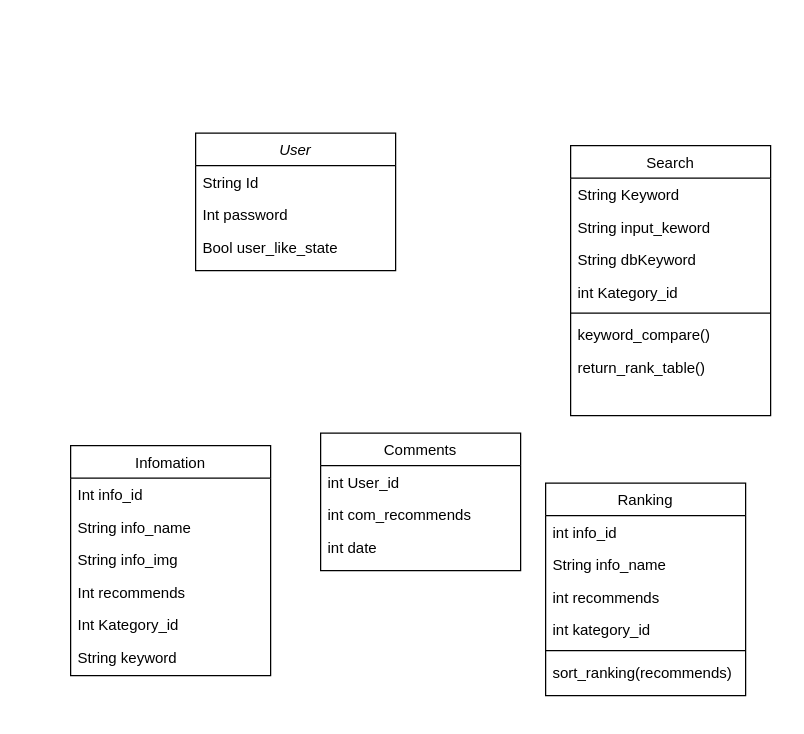
Earlier version of the draw.io diagram 클래스다이어그램/morang_search_class_diagram.drawio (What-The-Pork/meeting-log). Source tidied: cells renumbered, new cells numbered last; positions are measured from the earlier drawing's top-left corner, leaving out a move shared by most shapes. Both pictures are drawn from the tidied source at 125%, with x=0, y=0 at pixel (70, 132).
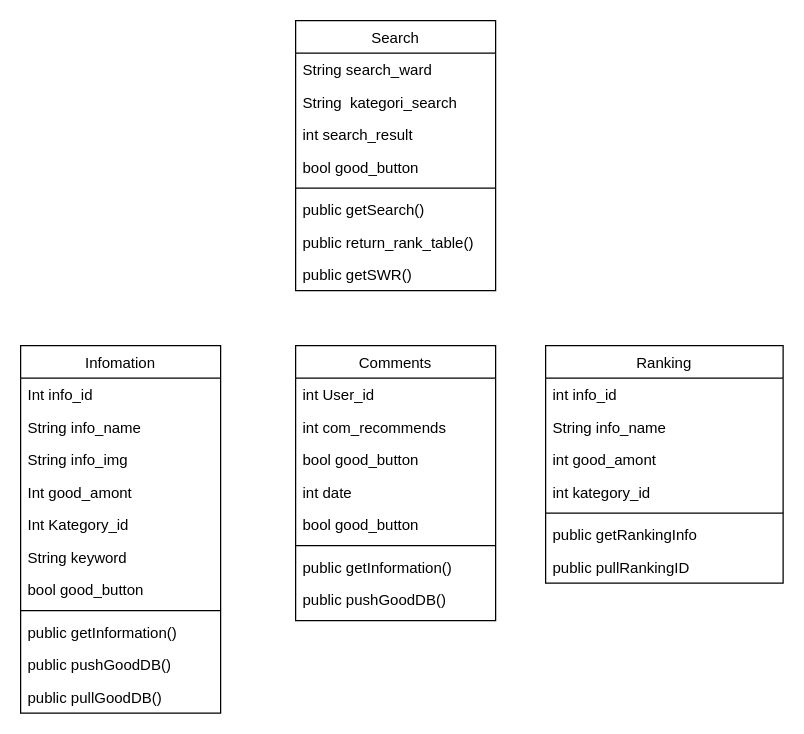
The same page after the edit.

The edit, as a diff of the source:
```diff
@@
-    <mxCell id="2" value="User" style="swimlane;fontStyle=2;align=center;verticalAlign=top;horizontal=1;startSize=26;rounded=0;shadow=0;strokeWidth=1;" parent="1" vertex="1">
-      <mxGeometry x="100" width="160" height="110" as="geometry" />
-    </mxCell>
-    <mxCell id="3" value="String Id" style="text;align=left;verticalAlign=top;spacingLeft=4;spacingRight=4;overflow=hidden;" parent="2" vertex="1">
-      <mxGeometry y="26" width="160" height="26" as="geometry" />
-    </mxCell>
-    <mxCell id="4" value="Int password" style="text;align=left;verticalAlign=top;spacingLeft=4;spacingRight=4;overflow=hidden;rounded=0;shadow=0;html=0;" parent="2" vertex="1">
-      <mxGeometry y="52" width="160" height="26" as="geometry" />
-    </mxCell>
-    <mxCell id="5" value="Bool user_like_state" style="text;align=left;verticalAlign=top;spacingLeft=4;spacingRight=4;overflow=hidden;rounded=0;shadow=0;html=0;" parent="2" vertex="1">
-      <mxGeometry y="78" width="160" height="26" as="geometry" />
-    </mxCell>
+    <mxCell id="17" value="Search" style="swimlane;fontStyle=0;align=center;verticalAlign=top;horizontal=1;startSize=26;rounded=0;shadow=0;strokeWidth=1;" parent="1" vertex="1">
+      <mxGeometry x="180" y="-90" width="160" height="216" as="geometry" />
+    </mxCell>
+    <mxCell id="32" value="String search_ward" style="text;align=left;verticalAlign=top;spacingLeft=4;spacingRight=4;overflow=hidden;" parent="17" vertex="1">
+      <mxGeometry y="26" width="160" height="26" as="geometry" />
+    </mxCell>
+    <mxCell id="33" value="String  kategori_search" style="text;align=left;verticalAlign=top;spacingLeft=4;spacingRight=4;overflow=hidden;rounded=0;shadow=0;html=0;" parent="17" vertex="1">
+      <mxGeometry y="52" width="160" height="26" as="geometry" />
+    </mxCell>
+    <mxCell id="34" value="int search_result" style="text;align=left;verticalAlign=top;spacingLeft=4;spacingRight=4;overflow=hidden;rounded=0;shadow=0;html=0;" parent="17" vertex="1">
+      <mxGeometry y="78" width="160" height="26" as="geometry" />
+    </mxCell>
+    <mxCell id="35" value="bool good_button" style="text;align=left;verticalAlign=top;spacingLeft=4;spacingRight=4;overflow=hidden;rounded=0;shadow=0;html=0;" parent="17" vertex="1">
+      <mxGeometry y="104" width="160" height="26" as="geometry" />
+    </mxCell>
+    <mxCell id="36" style="line;html=1;strokeWidth=1;align=left;verticalAlign=middle;spacingTop=-1;spacingLeft=3;spacingRight=3;labelPosition=right;" parent="17" vertex="1">
+      <mxGeometry y="130" width="160" height="8" as="geometry" />
+    </mxCell>
+    <mxCell id="37" value="public getSearch()" style="text;align=left;verticalAlign=top;spacingLeft=4;spacingRight=4;overflow=hidden;" parent="17" vertex="1">
+      <mxGeometry y="138" width="160" height="26" as="geometry" />
+    </mxCell>
+    <mxCell id="38" value="public return_rank_table()" style="text;align=left;verticalAlign=top;spacingLeft=4;spacingRight=4;overflow=hidden;" parent="17" vertex="1">
+      <mxGeometry y="164" width="160" height="26" as="geometry" />
+    </mxCell>
+    <mxCell id="39" value="public getSWR()" style="text;align=left;verticalAlign=top;spacingLeft=4;spacingRight=4;overflow=hidden;" parent="17" vertex="1">
+      <mxGeometry y="190" width="160" height="26" as="geometry" />
+    </mxCell>
+    <mxCell id="25" value="Ranking" style="swimlane;fontStyle=0;align=center;verticalAlign=top;horizontal=1;startSize=26;rounded=0;shadow=0;strokeWidth=1;" parent="1" vertex="1">
+      <mxGeometry x="380" y="170" width="190" height="190" as="geometry" />
+    </mxCell>
+    <mxCell id="26" value="int info_id" style="text;align=left;verticalAlign=top;spacingLeft=4;spacingRight=4;overflow=hidden;" parent="25" vertex="1">
+      <mxGeometry y="26" width="190" height="26" as="geometry" />
+    </mxCell>
+    <mxCell id="27" value="String info_name" style="text;align=left;verticalAlign=top;spacingLeft=4;spacingRight=4;overflow=hidden;" parent="25" vertex="1">
+      <mxGeometry y="52" width="190" height="26" as="geometry" />
+    </mxCell>
+    <mxCell id="40" value="int good_amont" style="text;align=left;verticalAlign=top;spacingLeft=4;spacingRight=4;overflow=hidden;" parent="25" vertex="1">
+      <mxGeometry y="78" width="190" height="26" as="geometry" />
+    </mxCell>
+    <mxCell id="29" value="int kategory_id" style="text;align=left;verticalAlign=top;spacingLeft=4;spacingRight=4;overflow=hidden;" parent="25" vertex="1">
+      <mxGeometry y="104" width="190" height="26" as="geometry" />
+    </mxCell>
+    <mxCell id="41" style="line;html=1;strokeWidth=1;align=left;verticalAlign=middle;spacingTop=-1;spacingLeft=3;spacingRight=3;labelPosition=right;" parent="25" vertex="1">
+      <mxGeometry y="130" width="190" height="8" as="geometry" />
+    </mxCell>
+    <mxCell id="42" value="public getRankingInfo" style="text;align=left;verticalAlign=top;spacingLeft=4;spacingRight=4;overflow=hidden;" parent="25" vertex="1">
+      <mxGeometry y="138" width="190" height="26" as="geometry" />
+    </mxCell>
+    <mxCell id="43" value="public pullRankingID" style="text;align=left;verticalAlign=top;spacingLeft=4;spacingRight=4;overflow=hidden;" parent="25" vertex="1">
+      <mxGeometry y="164" width="190" height="26" as="geometry" />
+    </mxCell>
     <mxCell id="6" value="Infomation" style="swimlane;fontStyle=0;align=center;verticalAlign=top;horizontal=1;startSize=26;rounded=0;shadow=0;strokeWidth=1;" parent="1" vertex="1">
-      <mxGeometry y="250" width="160" height="184" as="geometry" />
+      <mxGeometry x="-40" y="170" width="160" height="294" as="geometry" />
     </mxCell>
@@
-    <mxCell id="10" value="Int recommends" style="text;align=left;verticalAlign=top;spacingLeft=4;spacingRight=4;overflow=hidden;rounded=0;shadow=0;html=0;" parent="6" vertex="1">
-      <mxGeometry y="104" width="160" height="26" as="geometry" />
-    </mxCell>
+    <mxCell id="44" value="Int good_amont" style="text;align=left;verticalAlign=top;spacingLeft=4;spacingRight=4;overflow=hidden;rounded=0;shadow=0;html=0;" parent="6" vertex="1">
+      <mxGeometry y="104" width="160" height="26" as="geometry" />
+    </mxCell>
@@
+    <mxCell id="45" value="bool good_button" style="text;align=left;verticalAlign=top;spacingLeft=4;spacingRight=4;overflow=hidden;rounded=0;shadow=0;html=0;" parent="6" vertex="1">
+      <mxGeometry y="182" width="160" height="26" as="geometry" />
+    </mxCell>
+    <mxCell id="46" style="line;html=1;strokeWidth=1;align=left;verticalAlign=middle;spacingTop=-1;spacingLeft=3;spacingRight=3;labelPosition=right;" parent="6" vertex="1">
+      <mxGeometry y="208" width="160" height="8" as="geometry" />
+    </mxCell>
+    <mxCell id="47" value="public getInformation()" style="text;align=left;verticalAlign=top;spacingLeft=4;spacingRight=4;overflow=hidden;" parent="6" vertex="1">
+      <mxGeometry y="216" width="160" height="26" as="geometry" />
+    </mxCell>
+    <mxCell id="48" value="public pushGoodDB()" style="text;align=left;verticalAlign=top;spacingLeft=4;spacingRight=4;overflow=hidden;" parent="6" vertex="1">
+      <mxGeometry y="242" width="160" height="26" as="geometry" />
+    </mxCell>
+    <mxCell id="49" value="public pullGoodDB()" style="text;align=left;verticalAlign=top;spacingLeft=4;spacingRight=4;overflow=hidden;" parent="6" vertex="1">
+      <mxGeometry y="268" width="160" height="26" as="geometry" />
+    </mxCell>
     <mxCell id="13" value="Comments" style="swimlane;fontStyle=0;align=center;verticalAlign=top;horizontal=1;startSize=26;rounded=0;shadow=0;strokeWidth=1;" parent="1" vertex="1">
-      <mxGeometry x="200" y="240" width="160" height="110" as="geometry" />
+      <mxGeometry x="180" y="170" width="160" height="220" as="geometry" />
     </mxCell>
@@
+    <mxCell id="50" value="bool good_button" style="text;align=left;verticalAlign=top;spacingLeft=4;spacingRight=4;overflow=hidden;rounded=0;shadow=0;html=0;" parent="13" vertex="1">
+      <mxGeometry y="78" width="160" height="26" as="geometry" />
+    </mxCell>
     <mxCell id="16" value="int date" style="text;align=left;verticalAlign=top;spacingLeft=4;spacingRight=4;overflow=hidden;" parent="13" vertex="1">
-      <mxGeometry y="78" width="160" height="26" as="geometry" />
+      <mxGeometry y="104" width="160" height="26" as="geometry" />
     </mxCell>
-    <mxCell id="17" value="Search" style="swimlane;fontStyle=0;align=center;verticalAlign=top;horizontal=1;startSize=26;rounded=0;shadow=0;strokeWidth=1;" parent="1" vertex="1">
-      <mxGeometry x="400" y="10" width="160" height="216" as="geometry" />
-    </mxCell>
-    <mxCell id="18" value="String Keyword" style="text;align=left;verticalAlign=top;spacingLeft=4;spacingRight=4;overflow=hidden;" parent="17" vertex="1">
-      <mxGeometry y="26" width="160" height="26" as="geometry" />
-    </mxCell>
-    <mxCell id="19" value="String input_keword" style="text;align=left;verticalAlign=top;spacingLeft=4;spacingRight=4;overflow=hidden;rounded=0;shadow=0;html=0;" parent="17" vertex="1">
-      <mxGeometry y="52" width="160" height="26" as="geometry" />
-    </mxCell>
-    <mxCell id="20" value="String dbKeyword" style="text;align=left;verticalAlign=top;spacingLeft=4;spacingRight=4;overflow=hidden;rounded=0;shadow=0;html=0;" parent="17" vertex="1">
-      <mxGeometry y="78" width="160" height="26" as="geometry" />
-    </mxCell>
-    <mxCell id="21" value="int Kategory_id" style="text;align=left;verticalAlign=top;spacingLeft=4;spacingRight=4;overflow=hidden;rounded=0;shadow=0;html=0;" parent="17" vertex="1">
-      <mxGeometry y="104" width="160" height="26" as="geometry" />
-    </mxCell>
-    <mxCell id="22" style="line;html=1;strokeWidth=1;align=left;verticalAlign=middle;spacingTop=-1;spacingLeft=3;spacingRight=3;labelPosition=right;" parent="17" vertex="1">
-      <mxGeometry y="130" width="160" height="8" as="geometry" />
-    </mxCell>
-    <mxCell id="23" value="keyword_compare()" style="text;align=left;verticalAlign=top;spacingLeft=4;spacingRight=4;overflow=hidden;" parent="17" vertex="1">
-      <mxGeometry y="138" width="160" height="26" as="geometry" />
-    </mxCell>
-    <mxCell id="24" value="return_rank_table()" style="text;align=left;verticalAlign=top;spacingLeft=4;spacingRight=4;overflow=hidden;" parent="17" vertex="1">
-      <mxGeometry y="164" width="160" height="26" as="geometry" />
-    </mxCell>
-    <mxCell id="25" value="Ranking" style="swimlane;fontStyle=0;align=center;verticalAlign=top;horizontal=1;startSize=26;rounded=0;shadow=0;strokeWidth=1;" parent="1" vertex="1">
-      <mxGeometry x="380" y="280" width="160" height="170" as="geometry" />
-    </mxCell>
-    <mxCell id="26" value="int info_id" style="text;align=left;verticalAlign=top;spacingLeft=4;spacingRight=4;overflow=hidden;" parent="25" vertex="1">
-      <mxGeometry y="26" width="160" height="26" as="geometry" />
-    </mxCell>
-    <mxCell id="27" value="String info_name" style="text;align=left;verticalAlign=top;spacingLeft=4;spacingRight=4;overflow=hidden;" parent="25" vertex="1">
-      <mxGeometry y="52" width="160" height="26" as="geometry" />
-    </mxCell>
-    <mxCell id="28" value="int recommends" style="text;align=left;verticalAlign=top;spacingLeft=4;spacingRight=4;overflow=hidden;" parent="25" vertex="1">
-      <mxGeometry y="78" width="160" height="26" as="geometry" />
-    </mxCell>
-    <mxCell id="29" value="int kategory_id" style="text;align=left;verticalAlign=top;spacingLeft=4;spacingRight=4;overflow=hidden;" parent="25" vertex="1">
-      <mxGeometry y="104" width="160" height="26" as="geometry" />
-    </mxCell>
-    <mxCell id="30" style="line;html=1;strokeWidth=1;align=left;verticalAlign=middle;spacingTop=-1;spacingLeft=3;spacingRight=3;labelPosition=right;" parent="25" vertex="1">
-      <mxGeometry y="130" width="160" height="8" as="geometry" />
-    </mxCell>
-    <mxCell id="31" value="sort_ranking(recommends)" style="text;align=left;verticalAlign=top;spacingLeft=4;spacingRight=4;overflow=hidden;" parent="25" vertex="1">
-      <mxGeometry y="138" width="160" height="26" as="geometry" />
-    </mxCell>
+    <mxCell id="51" value="bool good_button" style="text;align=left;verticalAlign=top;spacingLeft=4;spacingRight=4;overflow=hidden;rounded=0;shadow=0;html=0;" parent="13" vertex="1">
+      <mxGeometry y="130" width="160" height="26" as="geometry" />
+    </mxCell>
+    <mxCell id="52" style="line;html=1;strokeWidth=1;align=left;verticalAlign=middle;spacingTop=-1;spacingLeft=3;spacingRight=3;labelPosition=right;" parent="13" vertex="1">
+      <mxGeometry y="156" width="160" height="8" as="geometry" />
+    </mxCell>
+    <mxCell id="53" value="public getInformation()" style="text;align=left;verticalAlign=top;spacingLeft=4;spacingRight=4;overflow=hidden;" parent="13" vertex="1">
+      <mxGeometry y="164" width="160" height="26" as="geometry" />
+    </mxCell>
+    <mxCell id="54" value="public pushGoodDB()" style="text;align=left;verticalAlign=top;spacingLeft=4;spacingRight=4;overflow=hidden;" parent="13" vertex="1">
+      <mxGeometry y="190" width="160" height="26" as="geometry" />
+    </mxCell>
```
